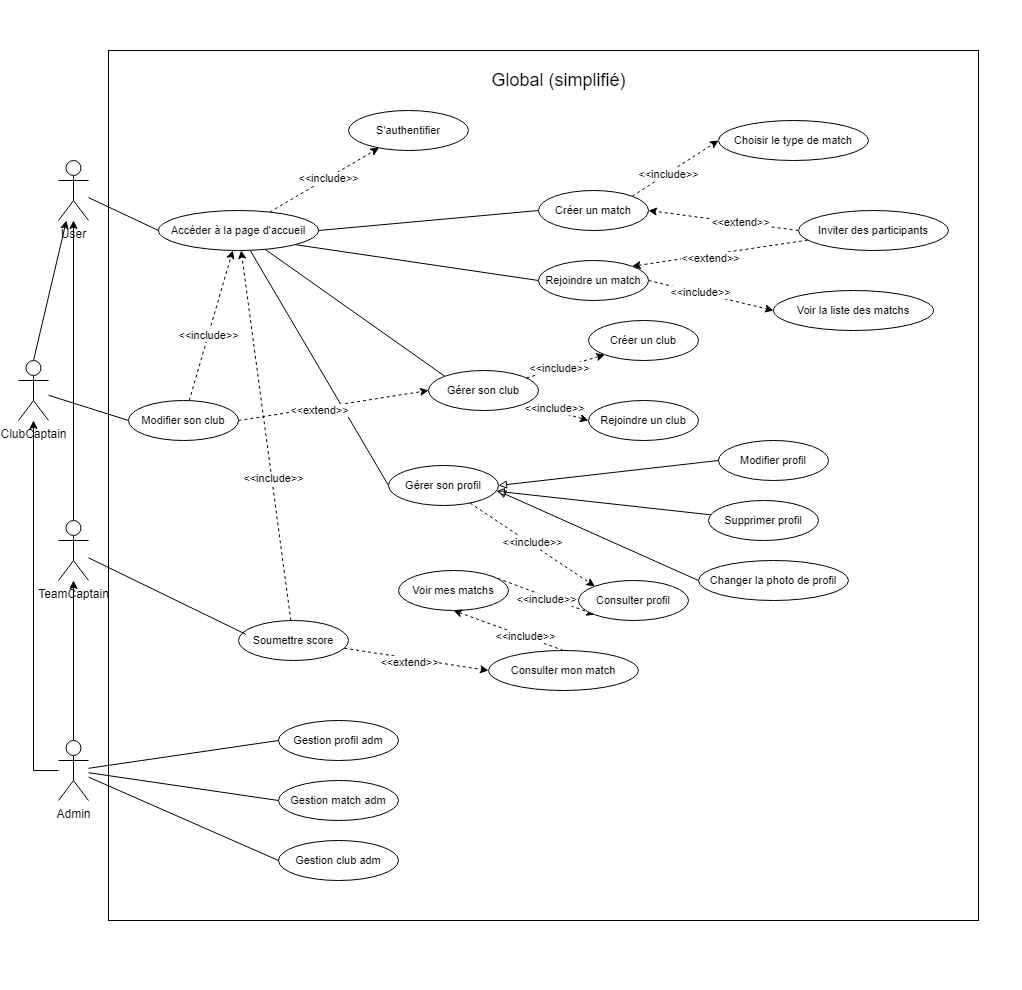
The draw.io diagram Diagram use case Global simplifié.drawio.png in Mathistrg/Styx, before a commit. Source tidied: cells renumbered, new cells last; positions are measured from the earlier drawing's top-left corner, leaving out a move shared by most shapes.
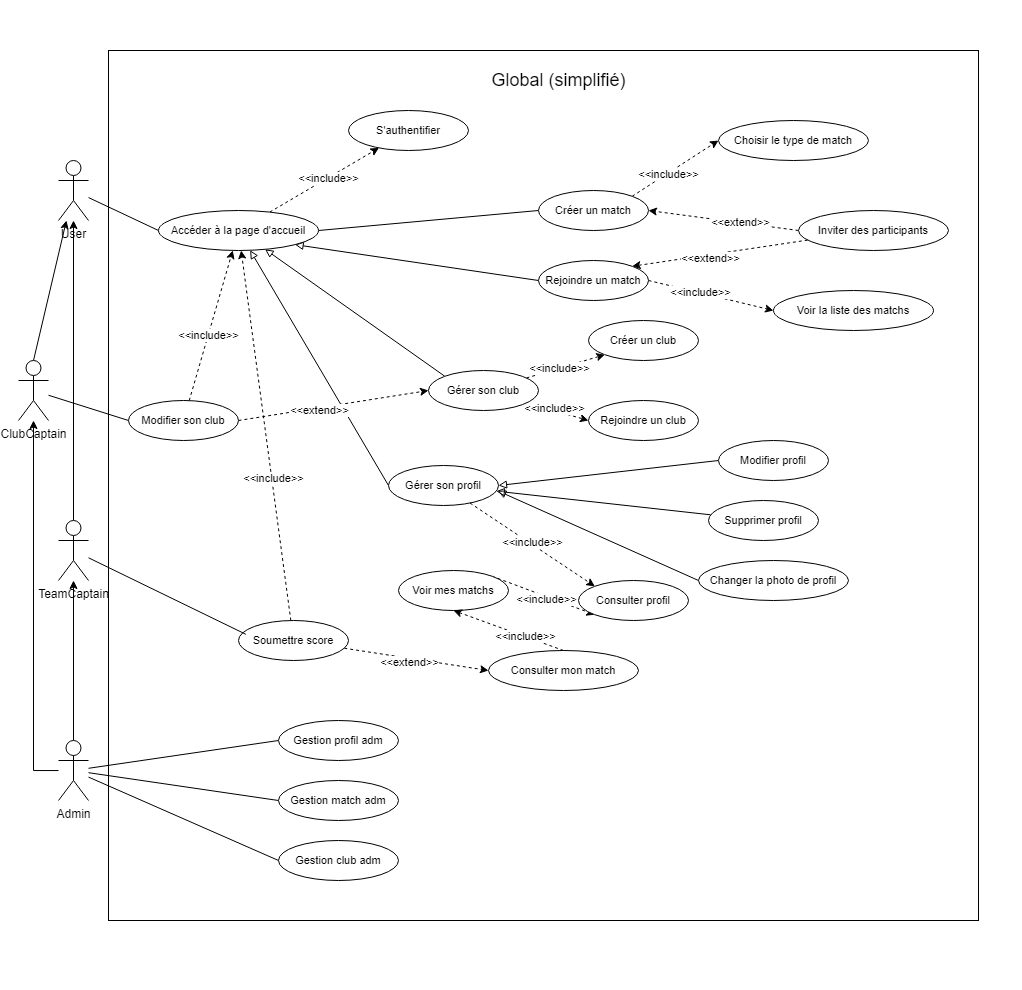
After the commit.

Commit message:
Mettre à jour Diagram use case Global simplifié.drawio.png

Diff of the diagram source:
```diff
@@ -65,13 +65,13 @@
     <mxCell id="22" style="edgeStyle=none;shape=connector;rounded=0;jettySize=auto;html=1;exitX=1;exitY=0.5;exitDx=0;exitDy=0;entryX=0;entryY=0.5;entryDx=0;entryDy=0;strokeColor=default;align=center;verticalAlign=middle;fontFamily=Helvetica;fontSize=11;fontColor=default;labelBackgroundColor=default;endArrow=none;endFill=0;" parent="1" edge="1" source="28" target="33">
       <mxGeometry relative="1" as="geometry" />
     </mxCell>
-    <mxCell id="23" style="edgeStyle=none;shape=connector;rounded=0;jettySize=auto;html=1;exitX=1;exitY=1;exitDx=0;exitDy=0;entryX=0;entryY=0.5;entryDx=0;entryDy=0;strokeColor=default;align=center;verticalAlign=middle;fontFamily=Helvetica;fontSize=11;fontColor=default;labelBackgroundColor=default;endArrow=none;endFill=0;" parent="1" edge="1" source="28" target="40">
+    <mxCell id="23" style="edgeStyle=none;shape=connector;rounded=0;jettySize=auto;html=1;exitX=1;exitY=1;exitDx=0;exitDy=0;entryX=0;entryY=0.5;entryDx=0;entryDy=0;strokeColor=default;align=center;verticalAlign=middle;fontFamily=Helvetica;fontSize=11;fontColor=default;labelBackgroundColor=default;endArrow=none;endFill=0;startArrow=block;startFill=0;" parent="1" edge="1" source="28" target="40">
       <mxGeometry relative="1" as="geometry" />
     </mxCell>
-    <mxCell id="24" style="edgeStyle=none;shape=connector;rounded=0;jettySize=auto;html=1;entryX=0;entryY=0;entryDx=0;entryDy=0;strokeColor=default;align=center;verticalAlign=middle;fontFamily=Helvetica;fontSize=11;fontColor=default;labelBackgroundColor=default;endArrow=none;endFill=0;" parent="1" edge="1" source="28" target="48">
+    <mxCell id="24" style="edgeStyle=none;shape=connector;rounded=0;jettySize=auto;html=1;entryX=0;entryY=0;entryDx=0;entryDy=0;strokeColor=default;align=center;verticalAlign=middle;fontFamily=Helvetica;fontSize=11;fontColor=default;labelBackgroundColor=default;endArrow=none;endFill=0;startArrow=block;startFill=0;" parent="1" edge="1" source="28" target="48">
       <mxGeometry relative="1" as="geometry" />
     </mxCell>
-    <mxCell id="25" style="edgeStyle=none;shape=connector;rounded=0;jettySize=auto;html=1;strokeColor=default;align=center;verticalAlign=middle;fontFamily=Helvetica;fontSize=11;fontColor=default;labelBackgroundColor=default;endArrow=none;endFill=0;entryX=0;entryY=0.5;entryDx=0;entryDy=0;" parent="1" edge="1" source="28" target="56">
+    <mxCell id="25" style="edgeStyle=none;shape=connector;rounded=0;jettySize=auto;html=1;strokeColor=default;align=center;verticalAlign=middle;fontFamily=Helvetica;fontSize=11;fontColor=default;labelBackgroundColor=default;endArrow=none;endFill=0;entryX=0;entryY=0.5;entryDx=0;entryDy=0;startArrow=block;startFill=0;" parent="1" edge="1" source="28" target="56">
       <mxGeometry relative="1" as="geometry" />
     </mxCell>
     <mxCell id="26" style="edgeStyle=none;shape=connector;rounded=0;jettySize=auto;html=1;dashed=1;strokeColor=default;align=center;verticalAlign=middle;fontFamily=Helvetica;fontSize=11;fontColor=default;labelBackgroundColor=default;endArrow=classic;endFill=1;" parent="1" edge="1" source="28" target="21">
```
